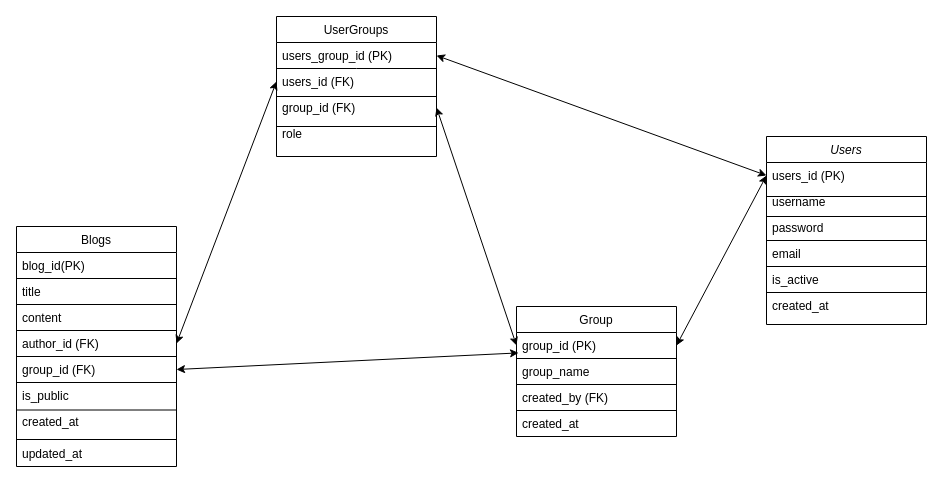
Above: Biểuđồ.drawio in PhuongDaiThang/groupManagement (draw.io), before the change. Source tidied: cells renumbered, new cells numbered last; positions are measured from the earlier drawing's top-left corner, leaving out a move shared by most shapes. Both pictures are drawn from the tidied source at 100%, with x=0, y=0 at pixel (16, 16).
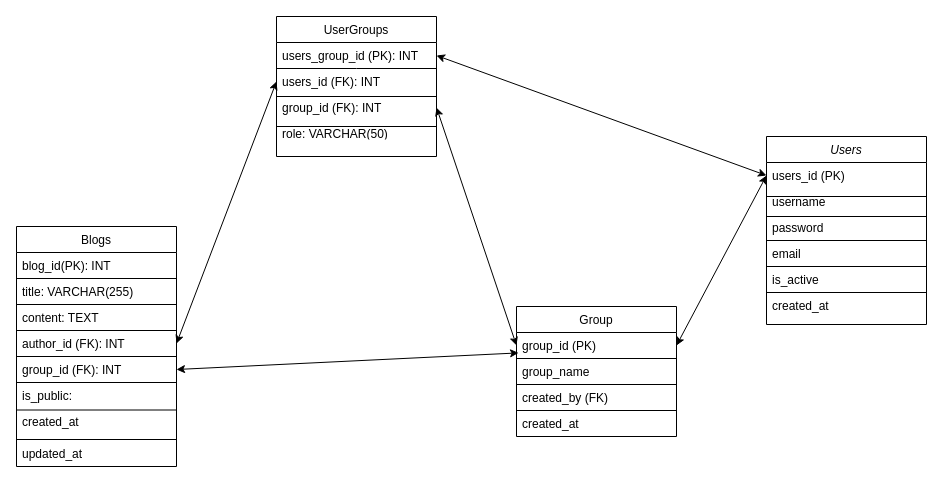
The same page after the edit.

Commit message (it also covers changes not shown here):
Cập nhật Biểuđồ.drawio

The change refers to these unchanged cells:
```xml
<mxCell id="14" value="UserGroups" style="swimlane;fontStyle=0;align=center;verticalAlign=top;horizontal=1;startSize=26;rounded=0;shadow=0;strokeWidth=1;" parent="1" vertex="1">
  <mxGeometry x="260" width="160" height="140" as="geometry" />
</mxCell>
<mxCell id="22" value="Blogs" style="swimlane;fontStyle=0;align=center;verticalAlign=top;horizontal=1;startSize=26;rounded=0;shadow=0;strokeWidth=1;" parent="1" vertex="1">
  <mxGeometry y="210" width="160" height="240" as="geometry" />
</mxCell>
```

What changed in the source:
```diff
@@
-    <mxCell id="15" value="users_group_id (PK)" style="text;align=left;verticalAlign=top;spacingLeft=4;spacingRight=4;overflow=hidden;points=[[0,0.5],[1,0.5]];portConstraint=eastwest;" parent="14" vertex="1">
+    <mxCell id="15" value="users_group_id (PK): INT" style="text;align=left;verticalAlign=top;spacingLeft=4;spacingRight=4;overflow=hidden;points=[[0,0.5],[1,0.5]];portConstraint=eastwest;" parent="14" vertex="1">
       <mxGeometry y="26" width="160" height="26" as="geometry" />
     </mxCell>
@@
-    <mxCell id="17" value="users_id (FK)" style="text;align=left;verticalAlign=top;spacingLeft=4;spacingRight=4;overflow=hidden;points=[[0,0.5],[1,0.5]];portConstraint=eastwest;rounded=0;shadow=0;html=0;" parent="14" vertex="1">
+    <mxCell id="17" value="users_id (FK): INT" style="text;align=left;verticalAlign=top;spacingLeft=4;spacingRight=4;overflow=hidden;points=[[0,0.5],[1,0.5]];portConstraint=eastwest;rounded=0;shadow=0;html=0;" parent="14" vertex="1">
       <mxGeometry y="52" width="160" height="26" as="geometry" />
     </mxCell>
@@
-    <mxCell id="19" value="group_id (FK)" style="text;align=left;verticalAlign=top;spacingLeft=4;spacingRight=4;overflow=hidden;points=[[0,0.5],[1,0.5]];portConstraint=eastwest;" parent="14" vertex="1">
+    <mxCell id="19" value="group_id (FK): INT" style="text;align=left;verticalAlign=top;spacingLeft=4;spacingRight=4;overflow=hidden;points=[[0,0.5],[1,0.5]];portConstraint=eastwest;" parent="14" vertex="1">
       <mxGeometry y="78" width="160" height="26" as="geometry" />
     </mxCell>
@@
-    <mxCell id="21" value="role" style="text;align=left;verticalAlign=top;spacingLeft=4;spacingRight=4;overflow=hidden;" parent="14" vertex="1">
+    <mxCell id="21" value="role: VARCHAR(50)" style="text;align=left;verticalAlign=top;spacingLeft=4;spacingRight=4;overflow=hidden;" parent="14" vertex="1">
       <mxGeometry y="104" width="160" height="14" as="geometry" />
     </mxCell>
@@
-    <mxCell id="23" value="blog_id(PK)" style="text;align=left;verticalAlign=top;spacingLeft=4;spacingRight=4;overflow=hidden;" parent="22" vertex="1">
+    <mxCell id="23" value="blog_id(PK): INT" style="text;align=left;verticalAlign=top;spacingLeft=4;spacingRight=4;overflow=hidden;" parent="22" vertex="1">
       <mxGeometry y="26" width="160" height="26" as="geometry" />
     </mxCell>
@@
-    <mxCell id="25" value="title" style="text;align=left;verticalAlign=top;spacingLeft=4;spacingRight=4;overflow=hidden;" parent="22" vertex="1">
+    <mxCell id="25" value="title: VARCHAR(255)" style="text;align=left;verticalAlign=top;spacingLeft=4;spacingRight=4;overflow=hidden;" parent="22" vertex="1">
       <mxGeometry y="52" width="160" height="26" as="geometry" />
     </mxCell>
@@
-    <mxCell id="27" value="content" style="text;align=left;verticalAlign=top;spacingLeft=4;spacingRight=4;overflow=hidden;" parent="22" vertex="1">
+    <mxCell id="27" value="content: TEXT" style="text;align=left;verticalAlign=top;spacingLeft=4;spacingRight=4;overflow=hidden;" parent="22" vertex="1">
       <mxGeometry y="78" width="160" height="26" as="geometry" />
     </mxCell>
@@
-    <mxCell id="29" value="author_id (FK)" style="text;align=left;verticalAlign=top;spacingLeft=4;spacingRight=4;overflow=hidden;points=[[0,0.5],[1,0.5]];portConstraint=eastwest;" parent="22" vertex="1">
+    <mxCell id="29" value="author_id (FK): INT" style="text;align=left;verticalAlign=top;spacingLeft=4;spacingRight=4;overflow=hidden;points=[[0,0.5],[1,0.5]];portConstraint=eastwest;" parent="22" vertex="1">
       <mxGeometry y="104" width="160" height="26" as="geometry" />
     </mxCell>
@@
-    <mxCell id="31" value="group_id (FK)" style="text;align=left;verticalAlign=top;spacingLeft=4;spacingRight=4;overflow=hidden;points=[[0,0.5],[1,0.5]];portConstraint=eastwest;" parent="22" vertex="1">
+    <mxCell id="31" value="group_id (FK): INT" style="text;align=left;verticalAlign=top;spacingLeft=4;spacingRight=4;overflow=hidden;points=[[0,0.5],[1,0.5]];portConstraint=eastwest;" parent="22" vertex="1">
       <mxGeometry y="130" width="160" height="26" as="geometry" />
     </mxCell>
@@
-    <mxCell id="33" value="is_public" style="text;align=left;verticalAlign=top;spacingLeft=4;spacingRight=4;overflow=hidden;" parent="22" vertex="1">
+    <mxCell id="33" value="is_public: " style="text;align=left;verticalAlign=top;spacingLeft=4;spacingRight=4;overflow=hidden;" parent="22" vertex="1">
       <mxGeometry y="156" width="160" height="26" as="geometry" />
     </mxCell>
```
